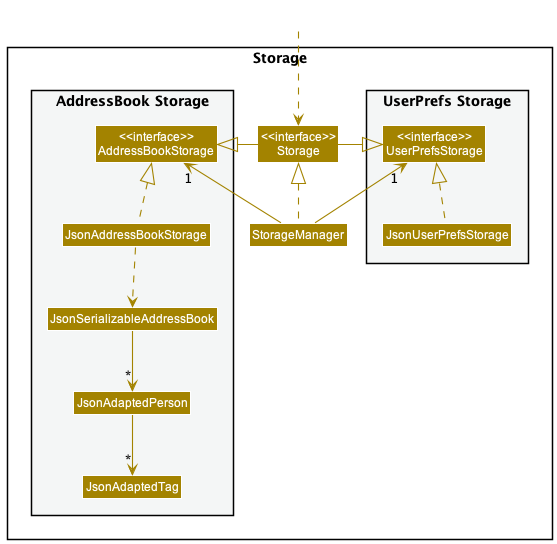
The PlantUML diagram docs/images/StorageClassDiagram.png in nus-cs2103-AY2223S1/tp, before a commit.
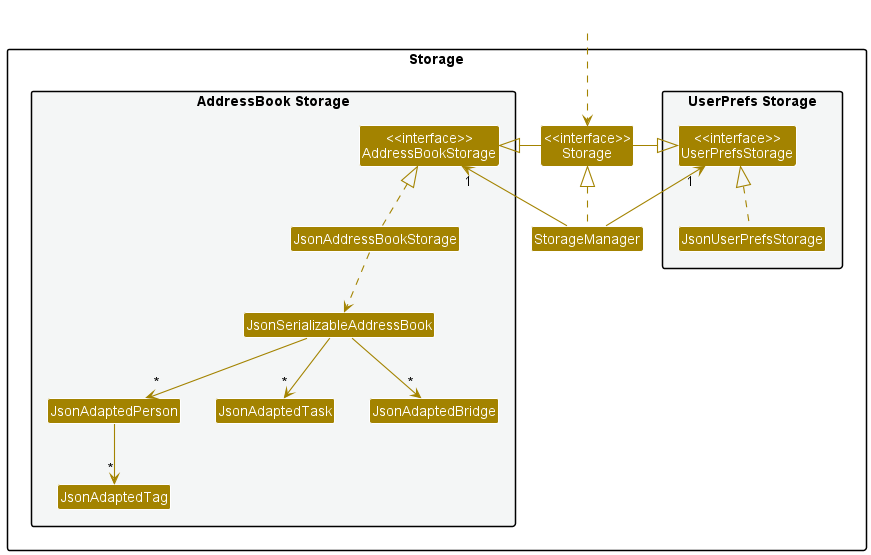
The same file after the commit.

Diff of the diagram source:
```diff
@@ -20,6 +20,8 @@
 Class JsonSerializableAddressBook
 Class JsonAdaptedPerson
 Class JsonAdaptedTag
+Class JsonAdaptedTask
+Class JsonAdaptedBridge
 }
 
 }
@@ -39,5 +41,7 @@
 JsonAddressBookStorage ..> JsonSerializableAddressBook
 JsonSerializableAddressBook --> "*" JsonAdaptedPerson
 JsonAdaptedPerson --> "*" JsonAdaptedTag
+JsonSerializableAddressBook --> "*" JsonAdaptedTask
+JsonSerializableAddressBook --> "*" JsonAdaptedBridge
 
 @enduml
```
